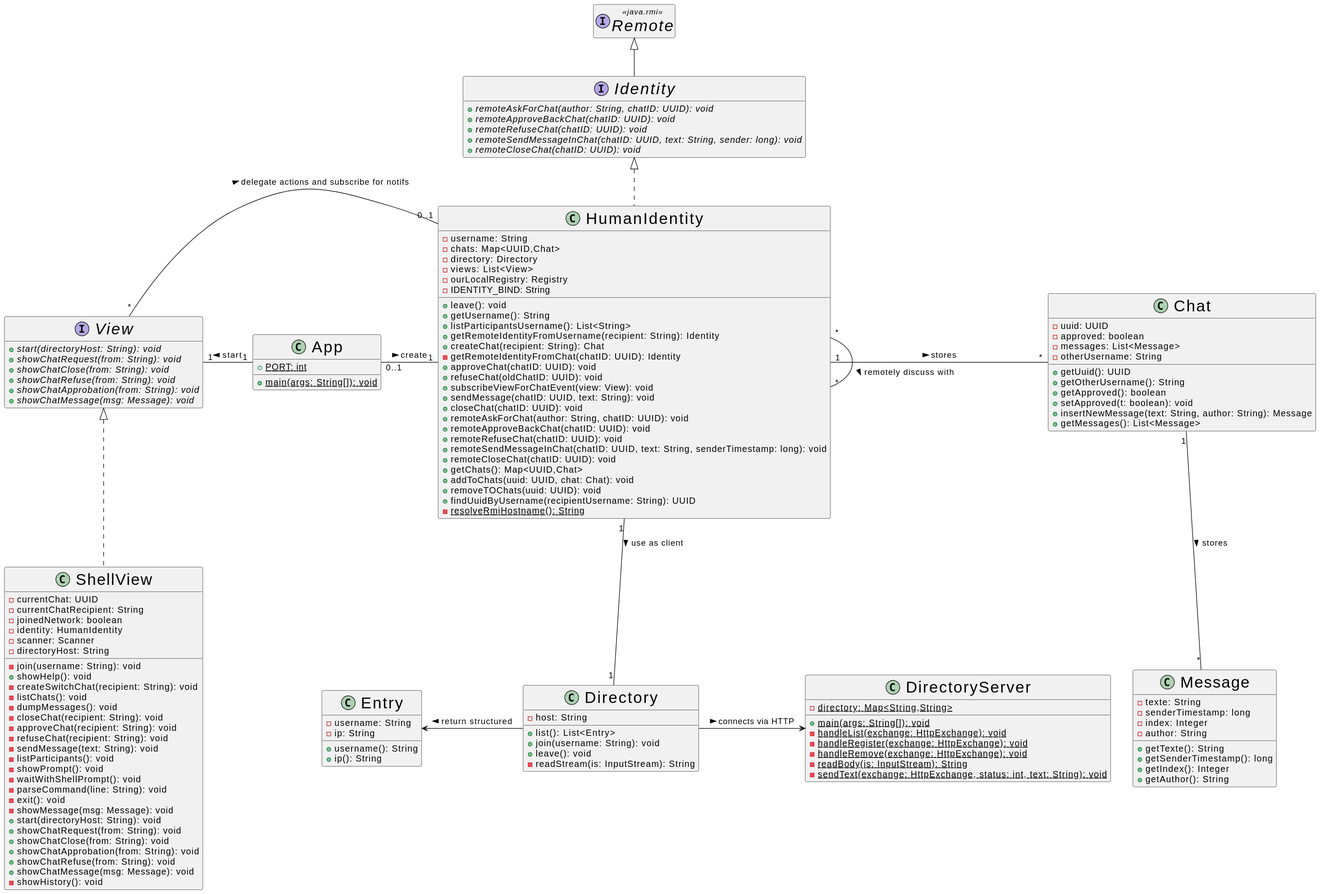
samuelroland/poneytoponey keeps this PlantUML diagram as docs/class.final.svg. Above is the earlier version.
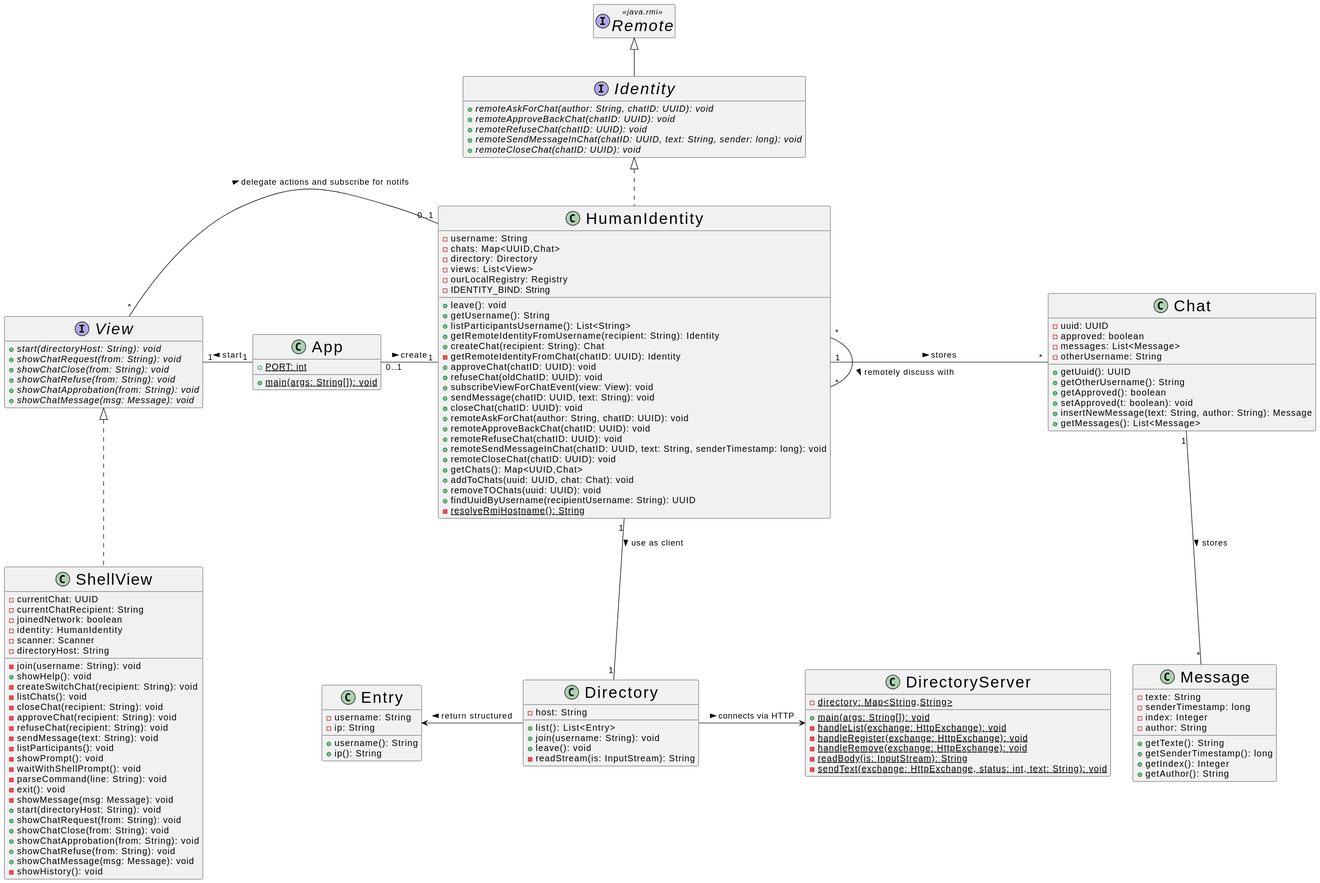
The same diagram one commit later.

Change to the diagram source:
```diff
@@ -18,7 +18,6 @@
 HumanIdentity "0..1"-l-"*" View: delegate actions and subscribe for notifs <
 
 
-
 class Chat {
 	- uuid: UUID
 	- approved: boolean
@@ -30,6 +29,17 @@
 	+ setApproved(t: boolean): void
 	+ insertNewMessage(text: String, author: String): Message
 	+ getMessages(): List<Message>
+}
+
+
+class DirectoryServer {
+	- {static} directory: Map<String,String>
+	+ {static} main(args: String[]): void
+	- {static} handleList(exchange: HttpExchange): void
+	- {static} handleRegister(exchange: HttpExchange): void
+	- {static} handleRemove(exchange: HttpExchange): void
+	- {static} readBody(is: InputStream): String
+	- {static} sendText(exchange: HttpExchange, status: int, text: String): void
 }
 
 
@@ -50,6 +60,23 @@
 }
 
 
+interface View {
+	+ {abstract}start(directoryHost: String): void
+	+ {abstract}showChatRequest(from: String): void
+	+ {abstract}showChatClose(from: String): void
+	+ {abstract}showChatRefuse(from: String): void
+	+ {abstract}showChatApprobation(from: String): void
+	+ {abstract}showChatMessage(msg: Message): void
+}
+
+interface Identity {
+	+ {abstract}remoteAskForChat(author: String, chatID: UUID): void
+	+ {abstract}remoteApproveBackChat(chatID: UUID): void
+	+ {abstract}remoteRefuseChat(chatID: UUID): void
+	+ {abstract}remoteSendMessageInChat(chatID: UUID, text: String, sender: long): void
+	+ {abstract}remoteCloseChat(chatID: UUID): void
+}
+
 class ShellView {
 	- currentChat: UUID
 	- currentChatRecipient: String
@@ -61,7 +88,6 @@
 	+ showHelp(): void
 	- createSwitchChat(recipient: String): void
 	- listChats(): void
-	- dumpMessages(): void
 	- closeChat(recipient: String): void
 	- approveChat(recipient: String): void
 	- refuseChat(recipient: String): void
@@ -82,23 +108,6 @@
 }
 
 
-class DirectoryServer {
-	- {static} directory: Map<String,String>
-	+ {static} main(args: String[]): void
-	- {static} handleList(exchange: HttpExchange): void
-	- {static} handleRegister(exchange: HttpExchange): void
-	- {static} handleRemove(exchange: HttpExchange): void
-	- {static} readBody(is: InputStream): String
-	- {static} sendText(exchange: HttpExchange, status: int, text: String): void
-}
-
-
-class App {
-	+ {static} PORT: int
-	+ {static} main(args: String[]): void
-}
-
-
 class Message {
 	- texte: String
 	- senderTimestamp: long
@@ -111,22 +120,11 @@
 }
 
 
-interface View {
-	+ {abstract}start(directoryHost: String): void
-	+ {abstract}showChatRequest(from: String): void
-	+ {abstract}showChatClose(from: String): void
-	+ {abstract}showChatRefuse(from: String): void
-	+ {abstract}showChatApprobation(from: String): void
-	+ {abstract}showChatMessage(msg: Message): void
+class App {
+	+ {static} PORT: int
+	+ {static} main(args: String[]): void
 }
 
-interface Identity {
-	+ {abstract}remoteAskForChat(author: String, chatID: UUID): void
-	+ {abstract}remoteApproveBackChat(chatID: UUID): void
-	+ {abstract}remoteRefuseChat(chatID: UUID): void
-	+ {abstract}remoteSendMessageInChat(chatID: UUID, text: String, sender: long): void
-	+ {abstract}remoteCloseChat(chatID: UUID): void
-}
 
 class HumanIdentity {
 	- username: String
@@ -161,7 +159,7 @@
 
 
 
+Remote <|-- Identity
 View <|.. ShellView
-Remote <|-- Identity
 Identity <|.. HumanIdentity
 @enduml
```
